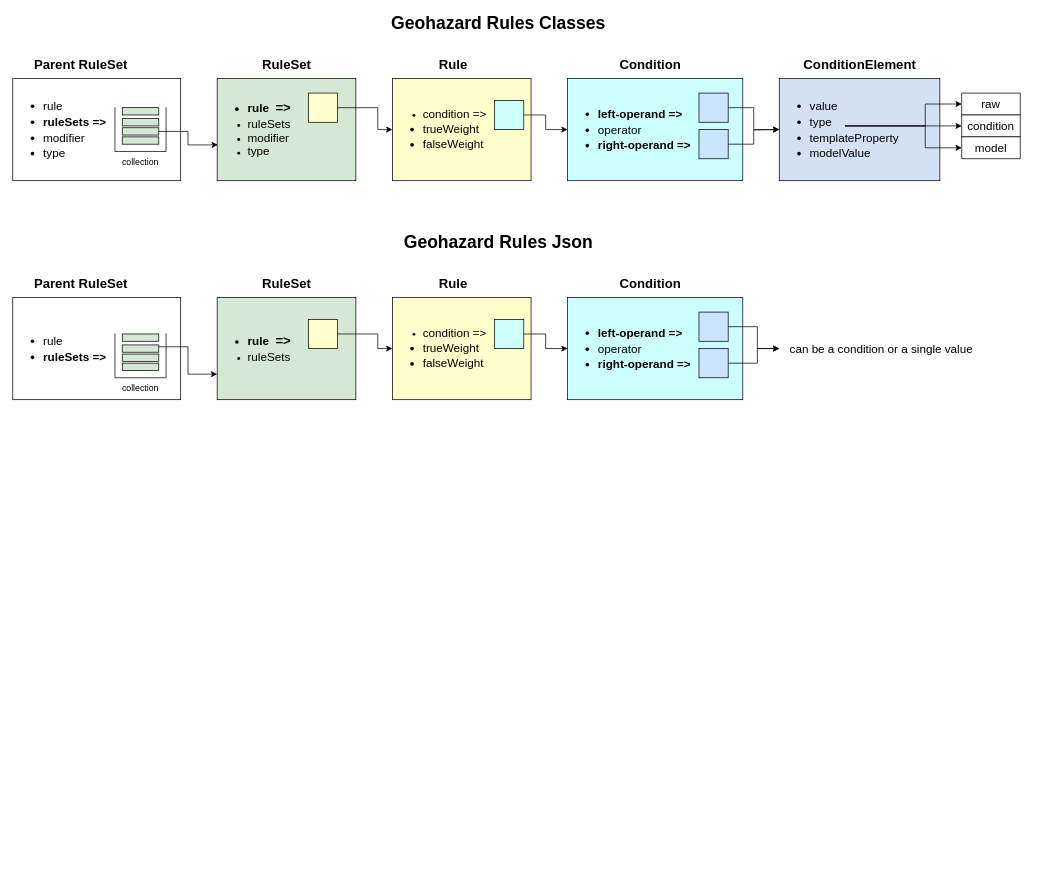
The draw.io diagram GeohazardRules.drawio in ajimenezn/UML, before the edit. Source tidied: cells renumbered, new cells numbered last; positions are measured from the earlier drawing's top-left corner, leaving out a move shared by most shapes. Both pictures are drawn from the tidied source at 73%, with x=0, y=0 at pixel (12, 12).
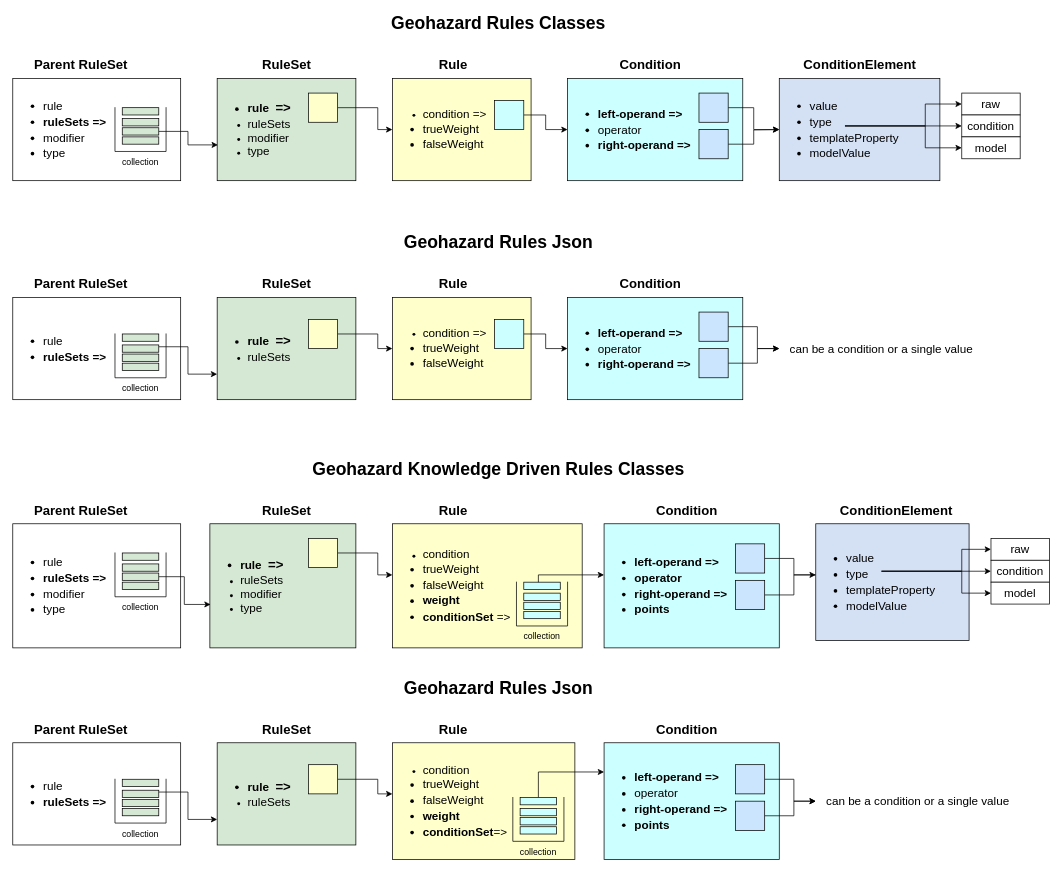
After the change.

The edit, as a diff of the source:
```diff
@@
+    <mxCell id="60" value="&lt;ul&gt;&lt;li style=&quot;font-size: 12px&quot;&gt;&lt;span style=&quot;font-size: medium&quot;&gt;condition&lt;/span&gt;&lt;br&gt;&lt;/li&gt;&lt;li&gt;&lt;font size=&quot;3&quot;&gt;trueWeight&lt;/font&gt;&lt;br&gt;&lt;/li&gt;&lt;li&gt;&lt;font size=&quot;3&quot;&gt;falseWeight&lt;/font&gt;&lt;br&gt;&lt;/li&gt;&lt;li&gt;&lt;font size=&quot;3&quot;&gt;&lt;b&gt;weight&lt;/b&gt;&lt;/font&gt;&lt;/li&gt;&lt;li&gt;&lt;font size=&quot;3&quot;&gt;&lt;b&gt;conditionSet &lt;/b&gt;=&amp;gt;&lt;/font&gt;&lt;/li&gt;&lt;/ul&gt;" style="rounded=0;whiteSpace=wrap;html=1;fontSize=18;align=left;fillColor=#FFFFCC;" parent="1" vertex="1">
+      <mxGeometry x="520" y="700" width="260" height="170" as="geometry" />
+    </mxCell>
+    <mxCell id="61" style="shape=partialRectangle;whiteSpace=wrap;html=1;bottom=1;right=1;left=1;top=0;fillColor=none;routingCenterX=-0.5;" parent="1" vertex="1">
+      <mxGeometry x="690" y="780" width="70" height="60" as="geometry" />
+    </mxCell>
@@
+    <mxCell id="62" value="&lt;ul&gt;&lt;li&gt;&lt;font style=&quot;font-size: 16px&quot;&gt;rule&amp;nbsp;&amp;nbsp;&lt;/font&gt;&lt;/li&gt;&lt;li&gt;&lt;b&gt;&lt;font style=&quot;font-size: 16px&quot;&gt;ruleSets&amp;nbsp;=&amp;gt;&lt;/font&gt;&lt;/b&gt;&lt;/li&gt;&lt;li&gt;&lt;font size=&quot;3&quot;&gt;modifier&lt;/font&gt;&lt;/li&gt;&lt;li&gt;&lt;font size=&quot;3&quot;&gt;type&lt;/font&gt;&lt;/li&gt;&lt;/ul&gt;" style="rounded=0;whiteSpace=wrap;html=1;fontSize=18;align=left;" parent="1" vertex="1">
+      <mxGeometry y="700" width="230" height="170" as="geometry" />
+    </mxCell>
+    <mxCell id="63" style="edgeStyle=orthogonalEdgeStyle;rounded=0;jettySize=auto;html=1;fontSize=16;exitX=1;exitY=0.75;exitDx=0;exitDy=0;" parent="1" edge="1" source="117" target="70">
+      <mxGeometry relative="1" as="geometry">
+        <Array as="points">
+          <mxPoint x="720" y="788" />
+          <mxPoint x="720" y="770" />
+        </Array>
+      </mxGeometry>
+    </mxCell>
+    <mxCell id="64" value="&lt;ul&gt;&lt;li&gt;&lt;font&gt;&lt;b&gt;&lt;font style=&quot;font-size: 16px&quot;&gt;rule&amp;nbsp; &lt;/font&gt;=&amp;gt;&lt;/b&gt;&lt;/font&gt;&lt;/li&gt;&lt;li style=&quot;font-size: 12px&quot;&gt;&lt;font size=&quot;3&quot;&gt;ruleSets&amp;nbsp;&lt;/font&gt;&lt;/li&gt;&lt;li style=&quot;font-size: 12px&quot;&gt;&lt;font size=&quot;3&quot;&gt;modifier&lt;/font&gt;&lt;/li&gt;&lt;li style=&quot;font-size: 12px&quot;&gt;&lt;font size=&quot;3&quot;&gt;type&lt;/font&gt;&lt;/li&gt;&lt;/ul&gt;" style="rounded=0;whiteSpace=wrap;html=1;fontSize=18;align=left;fillColor=#D5E8D4;" parent="1" vertex="1">
+      <mxGeometry x="270" y="700" width="200" height="170" as="geometry" />
+    </mxCell>
+    <mxCell id="65" style="edgeStyle=orthogonalEdgeStyle;rounded=0;jettySize=auto;html=1;fontSize=10;" parent="1" edge="1" source="66" target="60">
+      <mxGeometry relative="1" as="geometry">
+        <Array as="points">
+          <mxPoint x="500" y="740" />
+          <mxPoint x="500" y="770" />
+        </Array>
+      </mxGeometry>
+    </mxCell>
+    <mxCell id="66" style="whiteSpace=wrap;html=1;fontSize=18;align=left;fillColor=#FFFFCC;" parent="1" vertex="1">
+      <mxGeometry x="405" y="720" width="40" height="40" as="geometry" />
+    </mxCell>
+    <mxCell id="67" value="&lt;font style=&quot;font-size: 18px&quot;&gt;Parent RuleSet&lt;/font&gt;" style="text;strokeColor=none;fillColor=none;html=1;fontSize=24;fontStyle=1;verticalAlign=middle;align=center;" parent="1" vertex="1">
+      <mxGeometry x="20" y="660" width="145" height="40" as="geometry" />
+    </mxCell>
+    <mxCell id="68" value="&lt;font style=&quot;font-size: 18px&quot;&gt;RuleSet&lt;/font&gt;" style="text;strokeColor=none;fillColor=none;html=1;fontSize=24;fontStyle=1;verticalAlign=middle;align=center;" parent="1" vertex="1">
+      <mxGeometry x="302.5" y="660" width="145" height="40" as="geometry" />
+    </mxCell>
+    <mxCell id="69" value="&lt;font style=&quot;font-size: 18px&quot;&gt;Rule&lt;/font&gt;" style="text;strokeColor=none;fillColor=none;html=1;fontSize=24;fontStyle=1;verticalAlign=middle;align=center;" parent="1" vertex="1">
+      <mxGeometry x="530" y="660" width="145" height="40" as="geometry" />
+    </mxCell>
+    <mxCell id="70" value="&lt;ul&gt;&lt;li&gt;&lt;b&gt;&lt;font size=&quot;3&quot;&gt;left-operand =&amp;gt;&amp;nbsp;&lt;/font&gt;&lt;br&gt;&lt;/b&gt;&lt;/li&gt;&lt;li&gt;&lt;font size=&quot;3&quot;&gt;&lt;b&gt;operator&lt;/b&gt;&lt;/font&gt;&lt;br&gt;&lt;/li&gt;&lt;li&gt;&lt;font size=&quot;3&quot;&gt;&lt;b&gt;right-operand =&amp;gt;&lt;/b&gt;&lt;/font&gt;&lt;br&gt;&lt;/li&gt;&lt;li&gt;&lt;font size=&quot;3&quot;&gt;&lt;b&gt;points&lt;/b&gt;&lt;/font&gt;&lt;/li&gt;&lt;/ul&gt;" style="rounded=0;whiteSpace=wrap;html=1;fontSize=18;align=left;fillColor=#CCFFFF;" parent="1" vertex="1">
+      <mxGeometry x="810" y="700" width="240" height="170" as="geometry" />
+    </mxCell>
+    <mxCell id="71" value="&lt;font style=&quot;font-size: 18px&quot;&gt;Condition&lt;/font&gt;" style="text;strokeColor=none;fillColor=none;html=1;fontSize=24;fontStyle=1;verticalAlign=middle;align=center;" parent="1" vertex="1">
+      <mxGeometry x="850" y="660" width="145" height="40" as="geometry" />
+    </mxCell>
+    <mxCell id="72" style="edgeStyle=orthogonalEdgeStyle;rounded=0;jettySize=auto;html=1;fontSize=16;" parent="1" edge="1" source="73">
+      <mxGeometry relative="1" as="geometry">
+        <mxPoint x="1110" y="770" as="targetPoint" />
+        <Array as="points">
+          <mxPoint x="1070" y="748" />
+          <mxPoint x="1070" y="770" />
+        </Array>
+      </mxGeometry>
+    </mxCell>
+    <mxCell id="73" style="whiteSpace=wrap;html=1;fontSize=18;align=left;fillColor=#CCE5FF;" parent="1" vertex="1">
+      <mxGeometry x="990" y="727.5" width="40" height="40" as="geometry" />
+    </mxCell>
+    <mxCell id="74" style="edgeStyle=orthogonalEdgeStyle;rounded=0;jettySize=auto;html=1;fontSize=16;" parent="1" edge="1" source="75">
+      <mxGeometry relative="1" as="geometry">
+        <mxPoint x="1100" y="770" as="targetPoint" />
+        <Array as="points">
+          <mxPoint x="1070" y="798" />
+          <mxPoint x="1070" y="770" />
+        </Array>
+      </mxGeometry>
+    </mxCell>
+    <mxCell id="75" style="whiteSpace=wrap;html=1;fontSize=18;align=left;fillColor=#CCE5FF;" parent="1" vertex="1">
+      <mxGeometry x="990" y="777.5" width="40" height="40" as="geometry" />
+    </mxCell>
+    <mxCell id="76" value="&lt;ul&gt;&lt;li&gt;&lt;font size=&quot;3&quot;&gt;value&lt;/font&gt;&lt;br&gt;&lt;/li&gt;&lt;li&gt;&lt;font size=&quot;3&quot;&gt;type&lt;/font&gt;&lt;br&gt;&lt;/li&gt;&lt;li&gt;&lt;font size=&quot;3&quot;&gt;templateProperty&lt;/font&gt;&lt;br&gt;&lt;/li&gt;&lt;li&gt;&lt;font size=&quot;3&quot;&gt;modelValue&lt;br&gt;&lt;/font&gt;&lt;/li&gt;&lt;/ul&gt;" style="rounded=0;whiteSpace=wrap;html=1;fontSize=18;align=left;fillColor=#D4E1F5;" parent="1" vertex="1">
+      <mxGeometry x="1100" y="700" width="210" height="160" as="geometry" />
+    </mxCell>
+    <mxCell id="77" value="&lt;font style=&quot;font-size: 18px&quot;&gt;ConditionElement&lt;/font&gt;" style="text;strokeColor=none;fillColor=none;html=1;fontSize=24;fontStyle=1;verticalAlign=middle;align=center;" parent="1" vertex="1">
+      <mxGeometry x="1130" y="660" width="160" height="40" as="geometry" />
+    </mxCell>
+    <mxCell id="78" value="raw" style="rounded=0;whiteSpace=wrap;html=1;fontSize=16;fillColor=#FFFFFF;align=center;" parent="1" vertex="1">
+      <mxGeometry x="1340" y="720" width="80" height="30" as="geometry" />
+    </mxCell>
+    <mxCell id="79" value="condition" style="rounded=0;whiteSpace=wrap;html=1;fontSize=16;fillColor=#FFFFFF;align=center;" parent="1" vertex="1">
+      <mxGeometry x="1340" y="750" width="80" height="30" as="geometry" />
+    </mxCell>
+    <mxCell id="80" value="model" style="rounded=0;whiteSpace=wrap;html=1;fontSize=16;fillColor=#FFFFFF;align=center;" parent="1" vertex="1">
+      <mxGeometry x="1340" y="780" width="80" height="30" as="geometry" />
+    </mxCell>
+    <mxCell id="81" style="edgeStyle=orthogonalEdgeStyle;rounded=0;jettySize=auto;html=1;entryX=0;entryY=0.5;entryDx=0;entryDy=0;fontSize=16;" parent="1" edge="1" source="84" target="78">
+      <mxGeometry relative="1" as="geometry">
+        <Array as="points">
+          <mxPoint x="1300" y="765" />
+          <mxPoint x="1300" y="735" />
+        </Array>
+      </mxGeometry>
+    </mxCell>
+    <mxCell id="82" style="edgeStyle=orthogonalEdgeStyle;rounded=0;jettySize=auto;html=1;fontSize=16;" parent="1" edge="1" source="84" target="79">
+      <mxGeometry relative="1" as="geometry" />
+    </mxCell>
+    <mxCell id="83" style="edgeStyle=orthogonalEdgeStyle;rounded=0;jettySize=auto;html=1;entryX=0;entryY=0.5;entryDx=0;entryDy=0;fontSize=16;" parent="1" edge="1" source="84" target="80">
+      <mxGeometry relative="1" as="geometry">
+        <Array as="points">
+          <mxPoint x="1185" y="765" />
+          <mxPoint x="1300" y="765" />
+          <mxPoint x="1300" y="795" />
+        </Array>
+      </mxGeometry>
+    </mxCell>
+    <mxCell id="84" style="ellipse;whiteSpace=wrap;html=1;fontSize=16;fillColor=none;align=center;strokeColor=none;" parent="1" vertex="1">
+      <mxGeometry x="1180" y="757.5" width="10" height="15" as="geometry" />
+    </mxCell>
+    <mxCell id="85" value="Geohazard Knowledge Driven Rules Classes" style="text;strokeColor=none;fillColor=none;html=1;fontSize=24;fontStyle=1;verticalAlign=middle;align=center;" parent="1" vertex="1">
+      <mxGeometry y="610" width="1330" height="30" as="geometry" />
+    </mxCell>
+    <mxCell id="86" value="&lt;ul&gt;&lt;li&gt;&lt;font style=&quot;font-size: 16px&quot;&gt;rule&amp;nbsp;&amp;nbsp;&lt;/font&gt;&lt;/li&gt;&lt;li&gt;&lt;b&gt;&lt;font style=&quot;font-size: 16px&quot;&gt;ruleSets&amp;nbsp;=&amp;gt;&lt;/font&gt;&lt;/b&gt;&lt;/li&gt;&lt;/ul&gt;" style="rounded=0;whiteSpace=wrap;html=1;fontSize=18;align=left;" parent="1" vertex="1">
+      <mxGeometry y="1000" width="230" height="140" as="geometry" />
+    </mxCell>
+    <mxCell id="87" value="&lt;ul&gt;&lt;li style=&quot;font-size: 12px&quot;&gt;&lt;span style=&quot;font-size: medium&quot;&gt;condition&amp;nbsp;&lt;/span&gt;&lt;br&gt;&lt;/li&gt;&lt;li&gt;&lt;font size=&quot;3&quot;&gt;trueWeight&lt;/font&gt;&lt;br&gt;&lt;/li&gt;&lt;li&gt;&lt;font size=&quot;3&quot;&gt;falseWeight&lt;/font&gt;&lt;br&gt;&lt;/li&gt;&lt;li&gt;&lt;font size=&quot;3&quot;&gt;&lt;b&gt;weight&lt;/b&gt;&lt;/font&gt;&lt;/li&gt;&lt;li&gt;&lt;font size=&quot;3&quot;&gt;&lt;b&gt;conditionSet&lt;/b&gt;=&amp;gt;&lt;/font&gt;&lt;/li&gt;&lt;/ul&gt;" style="rounded=0;whiteSpace=wrap;html=1;fontSize=18;align=left;fillColor=#FFFFCC;" parent="1" vertex="1">
+      <mxGeometry x="520" y="1000" width="250" height="160" as="geometry" />
+    </mxCell>
+    <mxCell id="88" style="edgeStyle=orthogonalEdgeStyle;rounded=0;jettySize=auto;html=1;fontSize=16;exitX=0.5;exitY=0;exitDx=0;exitDy=0;entryX=0;entryY=0.25;entryDx=0;entryDy=0;" parent="1" edge="1" source="122" target="95">
+      <mxGeometry relative="1" as="geometry" />
+    </mxCell>
+    <mxCell id="89" value="&lt;ul&gt;&lt;li&gt;&lt;font&gt;&lt;b&gt;&lt;font style=&quot;font-size: 16px&quot;&gt;rule&amp;nbsp; &lt;/font&gt;=&amp;gt;&lt;/b&gt;&lt;/font&gt;&lt;/li&gt;&lt;li style=&quot;font-size: 12px&quot;&gt;&lt;font size=&quot;3&quot;&gt;ruleSets&amp;nbsp;&lt;/font&gt;&lt;/li&gt;&lt;/ul&gt;" style="rounded=0;whiteSpace=wrap;html=1;fontSize=18;align=left;fillColor=#D5E8D4;" parent="1" vertex="1">
+      <mxGeometry x="280" y="1000" width="190" height="140" as="geometry" />
+    </mxCell>
+    <mxCell id="90" style="edgeStyle=orthogonalEdgeStyle;rounded=0;jettySize=auto;html=1;fontSize=10;exitX=1;exitY=0.5;exitDx=0;exitDy=0;" parent="1" edge="1" source="91" target="87">
+      <mxGeometry relative="1" as="geometry">
+        <Array as="points">
+          <mxPoint x="500" y="1050" />
+          <mxPoint x="500" y="1070" />
+        </Array>
+      </mxGeometry>
+    </mxCell>
+    <mxCell id="91" style="whiteSpace=wrap;html=1;fontSize=18;align=left;fillColor=#FFFFCC;" parent="1" vertex="1">
+      <mxGeometry x="405" y="1030" width="40" height="40" as="geometry" />
+    </mxCell>
+    <mxCell id="92" value="&lt;font style=&quot;font-size: 18px&quot;&gt;Parent RuleSet&lt;/font&gt;" style="text;strokeColor=none;fillColor=none;html=1;fontSize=24;fontStyle=1;verticalAlign=middle;align=center;" parent="1" vertex="1">
+      <mxGeometry x="20" y="960" width="145" height="40" as="geometry" />
+    </mxCell>
+    <mxCell id="93" value="&lt;font style=&quot;font-size: 18px&quot;&gt;RuleSet&lt;/font&gt;" style="text;strokeColor=none;fillColor=none;html=1;fontSize=24;fontStyle=1;verticalAlign=middle;align=center;" parent="1" vertex="1">
+      <mxGeometry x="302.5" y="960" width="145" height="40" as="geometry" />
+    </mxCell>
+    <mxCell id="94" value="&lt;font style=&quot;font-size: 18px&quot;&gt;Rule&lt;/font&gt;" style="text;strokeColor=none;fillColor=none;html=1;fontSize=24;fontStyle=1;verticalAlign=middle;align=center;" parent="1" vertex="1">
+      <mxGeometry x="530" y="960" width="145" height="40" as="geometry" />
+    </mxCell>
+    <mxCell id="95" value="&lt;ul&gt;&lt;li&gt;&lt;b&gt;&lt;font size=&quot;3&quot;&gt;left-operand =&amp;gt;&amp;nbsp;&lt;/font&gt;&lt;br&gt;&lt;/b&gt;&lt;/li&gt;&lt;li&gt;&lt;font size=&quot;3&quot;&gt;operator&lt;/font&gt;&lt;br&gt;&lt;/li&gt;&lt;li&gt;&lt;font size=&quot;3&quot;&gt;&lt;b&gt;right-operand =&amp;gt;&lt;/b&gt;&lt;/font&gt;&lt;br&gt;&lt;/li&gt;&lt;li&gt;&lt;font size=&quot;3&quot;&gt;&lt;b&gt;points&lt;/b&gt;&lt;/font&gt;&lt;/li&gt;&lt;/ul&gt;" style="rounded=0;whiteSpace=wrap;html=1;fontSize=18;align=left;fillColor=#CCFFFF;" parent="1" vertex="1">
+      <mxGeometry x="810" y="1000" width="240" height="160" as="geometry" />
+    </mxCell>
+    <mxCell id="96" value="&lt;font style=&quot;font-size: 18px&quot;&gt;Condition&lt;/font&gt;" style="text;strokeColor=none;fillColor=none;html=1;fontSize=24;fontStyle=1;verticalAlign=middle;align=center;" parent="1" vertex="1">
+      <mxGeometry x="850" y="960" width="145" height="40" as="geometry" />
+    </mxCell>
+    <mxCell id="97" style="edgeStyle=orthogonalEdgeStyle;rounded=0;jettySize=auto;html=1;entryX=0;entryY=0.5;entryDx=0;entryDy=0;fontSize=16;" parent="1" edge="1" source="98">
+      <mxGeometry relative="1" as="geometry">
+        <mxPoint x="1100" y="1080" as="targetPoint" />
+        <Array as="points">
+          <mxPoint x="1070" y="1050" />
+          <mxPoint x="1070" y="1080" />
+        </Array>
+      </mxGeometry>
+    </mxCell>
+    <mxCell id="98" style="whiteSpace=wrap;html=1;fontSize=18;align=left;fillColor=#CCE5FF;" parent="1" vertex="1">
+      <mxGeometry x="990" y="1030" width="40" height="40" as="geometry" />
+    </mxCell>
+    <mxCell id="99" style="edgeStyle=orthogonalEdgeStyle;rounded=0;jettySize=auto;html=1;fontSize=16;" parent="1" edge="1" source="100">
+      <mxGeometry relative="1" as="geometry">
+        <mxPoint x="1100" y="1080" as="targetPoint" />
+        <Array as="points">
+          <mxPoint x="1070" y="1100" />
+          <mxPoint x="1070" y="1080" />
+        </Array>
+      </mxGeometry>
+    </mxCell>
+    <mxCell id="100" style="whiteSpace=wrap;html=1;fontSize=18;align=left;fillColor=#CCE5FF;" parent="1" vertex="1">
+      <mxGeometry x="990" y="1080" width="40" height="40" as="geometry" />
+    </mxCell>
+    <mxCell id="101" value="Geohazard Rules Json" style="text;strokeColor=none;fillColor=none;html=1;fontSize=24;fontStyle=1;verticalAlign=middle;align=center;" parent="1" vertex="1">
+      <mxGeometry y="910" width="1330" height="30" as="geometry" />
+    </mxCell>
+    <mxCell id="102" value="can be a condition or a single value" style="rounded=0;whiteSpace=wrap;html=1;fontSize=16;fillColor=#FFFFFF;align=center;strokeColor=none;" parent="1" vertex="1">
+      <mxGeometry x="1110" y="1065" width="260" height="30" as="geometry" />
+    </mxCell>
+    <mxCell id="103" style="rounded=0;whiteSpace=wrap;html=1;fillColor=#D5E8D4;" parent="1" vertex="1">
+      <mxGeometry x="150" y="740" width="50" height="10" as="geometry" />
+    </mxCell>
+    <mxCell id="104" style="shape=partialRectangle;whiteSpace=wrap;html=1;bottom=1;right=1;left=1;top=0;fillColor=none;routingCenterX=-0.5;" parent="1" vertex="1">
+      <mxGeometry x="140" y="740" width="70" height="60" as="geometry" />
+    </mxCell>
+    <mxCell id="105" style="rounded=0;whiteSpace=wrap;html=1;fillColor=#D5E8D4;" parent="1" vertex="1">
+      <mxGeometry x="150" y="755" width="50" height="10" as="geometry" />
+    </mxCell>
+    <mxCell id="106" style="edgeStyle=orthogonalEdgeStyle;rounded=0;jettySize=auto;html=1;entryX=0.005;entryY=0.65;entryDx=0;entryDy=0;entryPerimeter=0;" parent="1" edge="1" source="107" target="64">
+      <mxGeometry relative="1" as="geometry" />
+    </mxCell>
+    <mxCell id="107" style="rounded=0;whiteSpace=wrap;html=1;fillColor=#D5E8D4;" parent="1" vertex="1">
+      <mxGeometry x="150" y="767.5" width="50" height="10" as="geometry" />
+    </mxCell>
+    <mxCell id="108" style="rounded=0;whiteSpace=wrap;html=1;fillColor=#D5E8D4;" parent="1" vertex="1">
+      <mxGeometry x="150" y="780" width="50" height="10" as="geometry" />
+    </mxCell>
+    <mxCell id="109" value="collection" style="text;html=1;strokeColor=none;fillColor=none;align=center;verticalAlign=middle;whiteSpace=wrap;rounded=0;" parent="1" vertex="1">
+      <mxGeometry x="145" y="800" width="60" height="30" as="geometry" />
+    </mxCell>
+    <mxCell id="110" style="rounded=0;whiteSpace=wrap;html=1;fillColor=#D5E8D4;" parent="1" vertex="1">
+      <mxGeometry x="150" y="1050" width="50" height="10" as="geometry" />
+    </mxCell>
+    <mxCell id="111" style="shape=partialRectangle;whiteSpace=wrap;html=1;bottom=1;right=1;left=1;top=0;fillColor=none;routingCenterX=-0.5;" parent="1" vertex="1">
+      <mxGeometry x="140" y="1050" width="70" height="60" as="geometry" />
+    </mxCell>
+    <mxCell id="112" style="edgeStyle=orthogonalEdgeStyle;rounded=0;jettySize=auto;html=1;exitX=1;exitY=0.25;exitDx=0;exitDy=0;entryX=0;entryY=0.75;entryDx=0;entryDy=0;" parent="1" edge="1" source="113" target="89">
+      <mxGeometry relative="1" as="geometry" />
+    </mxCell>
+    <mxCell id="113" style="rounded=0;whiteSpace=wrap;html=1;fillColor=#D5E8D4;" parent="1" vertex="1">
+      <mxGeometry x="150" y="1065" width="50" height="10" as="geometry" />
+    </mxCell>
+    <mxCell id="114" style="rounded=0;whiteSpace=wrap;html=1;fillColor=#D5E8D4;" parent="1" vertex="1">
+      <mxGeometry x="150" y="1077.5" width="50" height="10" as="geometry" />
+    </mxCell>
+    <mxCell id="115" style="rounded=0;whiteSpace=wrap;html=1;fillColor=#D5E8D4;" parent="1" vertex="1">
+      <mxGeometry x="150" y="1090" width="50" height="10" as="geometry" />
+    </mxCell>
+    <mxCell id="116" value="collection" style="text;html=1;strokeColor=none;fillColor=none;align=center;verticalAlign=middle;whiteSpace=wrap;rounded=0;" parent="1" vertex="1">
+      <mxGeometry x="145" y="1110" width="60" height="30" as="geometry" />
+    </mxCell>
+    <mxCell id="117" style="rounded=0;whiteSpace=wrap;html=1;fillColor=#CCFFFF;" parent="1" vertex="1">
+      <mxGeometry x="700" y="780" width="50" height="10" as="geometry" />
+    </mxCell>
+    <mxCell id="118" style="rounded=0;whiteSpace=wrap;html=1;fillColor=#CCFFFF;" parent="1" vertex="1">
+      <mxGeometry x="700" y="795" width="50" height="10" as="geometry" />
+    </mxCell>
+    <mxCell id="119" style="rounded=0;whiteSpace=wrap;html=1;fillColor=#CCFFFF;" parent="1" vertex="1">
+      <mxGeometry x="700" y="807.5" width="50" height="10" as="geometry" />
+    </mxCell>
+    <mxCell id="120" style="rounded=0;whiteSpace=wrap;html=1;fillColor=#CCFFFF;" parent="1" vertex="1">
+      <mxGeometry x="700" y="820" width="50" height="10" as="geometry" />
+    </mxCell>
+    <mxCell id="121" value="collection" style="text;html=1;strokeColor=none;fillColor=none;align=center;verticalAlign=middle;whiteSpace=wrap;rounded=0;" parent="1" vertex="1">
+      <mxGeometry x="695" y="840" width="60" height="30" as="geometry" />
+    </mxCell>
+    <mxCell id="122" style="shape=partialRectangle;whiteSpace=wrap;html=1;bottom=1;right=1;left=1;top=0;fillColor=none;routingCenterX=-0.5;" parent="1" vertex="1">
+      <mxGeometry x="685" y="1075" width="70" height="60" as="geometry" />
+    </mxCell>
+    <mxCell id="123" style="rounded=0;whiteSpace=wrap;html=1;fillColor=#CCFFFF;" parent="1" vertex="1">
+      <mxGeometry x="695" y="1075" width="50" height="10" as="geometry" />
+    </mxCell>
+    <mxCell id="124" style="rounded=0;whiteSpace=wrap;html=1;fillColor=#CCFFFF;" parent="1" vertex="1">
+      <mxGeometry x="695" y="1090" width="50" height="10" as="geometry" />
+    </mxCell>
+    <mxCell id="125" style="rounded=0;whiteSpace=wrap;html=1;fillColor=#CCFFFF;" parent="1" vertex="1">
+      <mxGeometry x="695" y="1102.5" width="50" height="10" as="geometry" />
+    </mxCell>
+    <mxCell id="126" style="rounded=0;whiteSpace=wrap;html=1;fillColor=#CCFFFF;" parent="1" vertex="1">
+      <mxGeometry x="695" y="1115" width="50" height="10" as="geometry" />
+    </mxCell>
+    <mxCell id="127" value="collection" style="text;html=1;strokeColor=none;fillColor=none;align=center;verticalAlign=middle;whiteSpace=wrap;rounded=0;" parent="1" vertex="1">
+      <mxGeometry x="690" y="1135" width="60" height="30" as="geometry" />
+    </mxCell>
```
